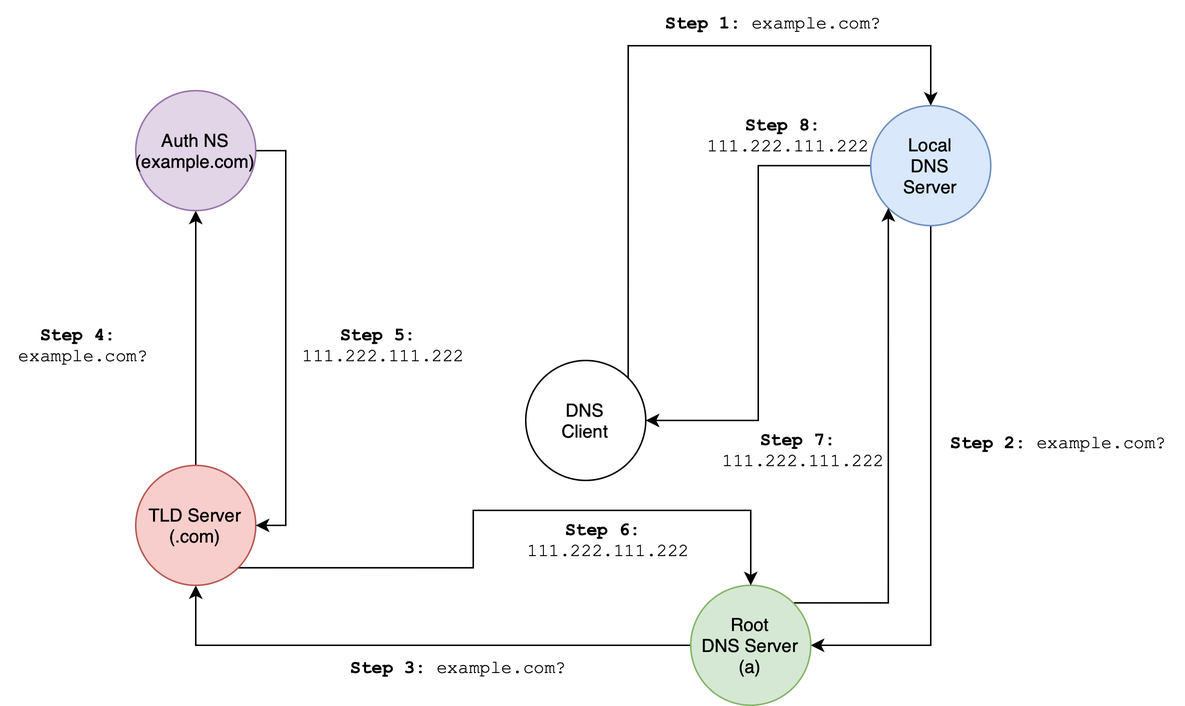
Before: docs/NS/images/06-dns/cse2024-recursive-query.drawio.png, a diagram exported from draw.io (natalieagus/50005). Source tidied: cells renumbered, new cells last; positions are measured from the earlier drawing's top-left corner, leaving out a move shared by most shapes.
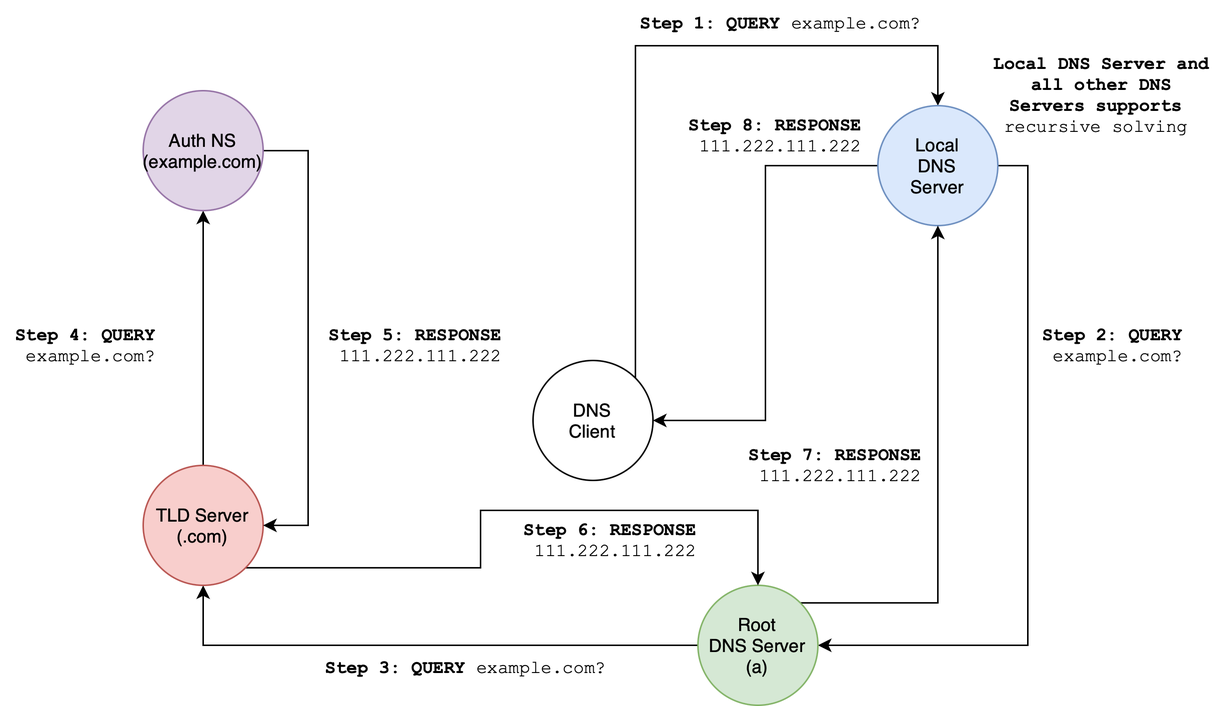
After the change.

Commit message:
feat: add nuances about recursive query

What changed in the source:
```diff
@@ -13,7 +13,7 @@
     <mxCell id="3" value="DNS&lt;div&gt;Client&lt;/div&gt;" style="ellipse;whiteSpace=wrap;html=1;" parent="1" vertex="1">
       <mxGeometry x="350" y="240" width="80" height="80" as="geometry" />
     </mxCell>
-    <mxCell id="4" style="edgeStyle=orthogonalEdgeStyle;rounded=0;jettySize=auto;html=1;exitX=0.5;exitY=1;exitDx=0;exitDy=0;entryX=1;entryY=0.5;entryDx=0;entryDy=0;" parent="1" edge="1" source="6" target="10">
+    <mxCell id="4" style="edgeStyle=orthogonalEdgeStyle;rounded=0;jettySize=auto;html=1;exitX=1;exitY=0.5;exitDx=0;exitDy=0;entryX=1;entryY=0.5;entryDx=0;entryDy=0;" parent="1" edge="1" source="6" target="10">
       <mxGeometry relative="1" as="geometry" />
     </mxCell>
     <mxCell id="5" style="edgeStyle=orthogonalEdgeStyle;rounded=0;jettySize=auto;html=1;exitX=0;exitY=0.5;exitDx=0;exitDy=0;entryX=1;entryY=0.5;entryDx=0;entryDy=0;" parent="1" edge="1" source="6" target="3">
@@ -22,13 +22,13 @@
     <mxCell id="6" value="Local&lt;div&gt;DNS&lt;/div&gt;&lt;div&gt;Server&lt;/div&gt;" style="ellipse;whiteSpace=wrap;html=1;fillColor=#dae8fc;strokeColor=#6c8ebf;" parent="1" vertex="1">
       <mxGeometry x="580" y="70" width="80" height="80" as="geometry" />
     </mxCell>
-    <mxCell id="7" value="&lt;b&gt;Step 1:&lt;/b&gt; example.com?" style="text;html=1;align=center;verticalAlign=middle;strokeColor=none;fillColor=none;fontFamily=Courier New;" parent="1" vertex="1">
-      <mxGeometry x="430" width="170" height="30" as="geometry" />
+    <mxCell id="7" value="&lt;b&gt;Step 1: QUERY&lt;/b&gt; example.com?" style="text;html=1;align=center;verticalAlign=middle;strokeColor=none;fillColor=none;fontFamily=Courier New;" parent="1" vertex="1">
+      <mxGeometry x="410" width="210" height="30" as="geometry" />
     </mxCell>
     <mxCell id="8" style="edgeStyle=orthogonalEdgeStyle;rounded=0;jettySize=auto;html=1;entryX=0.5;entryY=1;entryDx=0;entryDy=0;" parent="1" edge="1" source="10" target="13">
       <mxGeometry relative="1" as="geometry" />
     </mxCell>
-    <mxCell id="9" style="edgeStyle=orthogonalEdgeStyle;rounded=0;jettySize=auto;html=1;exitX=1;exitY=0;exitDx=0;exitDy=0;entryX=0;entryY=1;entryDx=0;entryDy=0;" parent="1" edge="1" source="10" target="6">
+    <mxCell id="9" style="edgeStyle=orthogonalEdgeStyle;rounded=0;jettySize=auto;html=1;exitX=1;exitY=0;exitDx=0;exitDy=0;entryX=0.5;entryY=1;entryDx=0;entryDy=0;" parent="1" edge="1" source="10" target="6">
       <mxGeometry relative="1" as="geometry" />
     </mxCell>
     <mxCell id="10" value="Root&lt;div&gt;DNS Server&lt;/div&gt;&lt;div&gt;(a)&lt;/div&gt;" style="ellipse;whiteSpace=wrap;html=1;fillColor=#d5e8d4;strokeColor=#82b366;" parent="1" vertex="1">
@@ -50,31 +50,39 @@
       <mxGeometry x="90" y="310" width="80" height="80" as="geometry" />
     </mxCell>
     <mxCell id="14" style="edgeStyle=orthogonalEdgeStyle;rounded=0;jettySize=auto;html=1;exitX=1;exitY=0.5;exitDx=0;exitDy=0;entryX=1;entryY=0.5;entryDx=0;entryDy=0;" parent="1" edge="1" source="15" target="13">
-      <mxGeometry relative="1" as="geometry" />
+      <mxGeometry relative="1" as="geometry">
+        <Array as="points">
+          <mxPoint x="200" y="100" />
+          <mxPoint x="200" y="350" />
+        </Array>
+      </mxGeometry>
     </mxCell>
     <mxCell id="15" value="Auth NS&lt;div&gt;(example.com)&lt;/div&gt;" style="ellipse;whiteSpace=wrap;html=1;fillColor=#e1d5e7;strokeColor=#9673a6;" parent="1" vertex="1">
       <mxGeometry x="90" y="60" width="80" height="80" as="geometry" />
     </mxCell>
-    <mxCell id="16" value="&lt;b&gt;Step 5:&lt;/b&gt;&amp;nbsp;&lt;div&gt;111.222.111.222&lt;/div&gt;" style="text;html=1;align=center;verticalAlign=middle;strokeColor=none;fillColor=none;fontFamily=Courier New;" parent="1" vertex="1">
-      <mxGeometry x="190" y="210" width="130" height="40" as="geometry" />
+    <mxCell id="16" value="&lt;b&gt;Step 5: RESPONSE&lt;/b&gt;&amp;nbsp;&lt;div&gt;111.222.111.222&lt;/div&gt;" style="text;html=1;align=center;verticalAlign=middle;strokeColor=none;fillColor=none;fontFamily=Courier New;" parent="1" vertex="1">
+      <mxGeometry x="200" y="210" width="150" height="40" as="geometry" />
     </mxCell>
-    <mxCell id="17" value="&lt;b&gt;Step 2:&lt;/b&gt; example.com?" style="text;html=1;align=center;verticalAlign=middle;strokeColor=none;fillColor=none;fontFamily=Courier New;" parent="1" vertex="1">
-      <mxGeometry x="620" y="280" width="170" height="30" as="geometry" />
+    <mxCell id="17" value="&lt;b&gt;Step 2: QUERY&lt;/b&gt;&amp;nbsp;&lt;div&gt;example.com?&lt;/div&gt;" style="text;html=1;align=center;verticalAlign=middle;strokeColor=none;fillColor=none;fontFamily=Courier New;" parent="1" vertex="1">
+      <mxGeometry x="680" y="210" width="120" height="40" as="geometry" />
     </mxCell>
-    <mxCell id="18" value="&lt;b&gt;Step 3:&lt;/b&gt; example.com?" style="text;html=1;align=center;verticalAlign=middle;strokeColor=none;fillColor=none;fontFamily=Courier New;" parent="1" vertex="1">
-      <mxGeometry x="220" y="430" width="170" height="30" as="geometry" />
+    <mxCell id="18" value="&lt;b&gt;Step 3: QUERY&lt;/b&gt; example.com?" style="text;html=1;align=center;verticalAlign=middle;strokeColor=none;fillColor=none;fontFamily=Courier New;" parent="1" vertex="1">
+      <mxGeometry x="200" y="430" width="210" height="30" as="geometry" />
     </mxCell>
-    <mxCell id="19" value="&lt;b&gt;Step 4:&lt;/b&gt;&amp;nbsp;&lt;div&gt;example.com?&lt;/div&gt;" style="text;html=1;align=center;verticalAlign=middle;strokeColor=none;fillColor=none;fontFamily=Courier New;" parent="1" vertex="1">
-      <mxGeometry y="210" width="110" height="40" as="geometry" />
+    <mxCell id="19" value="&lt;b&gt;Step 4: QUERY&lt;/b&gt;&amp;nbsp;&lt;div&gt;example.com?&lt;/div&gt;" style="text;html=1;align=center;verticalAlign=middle;strokeColor=none;fillColor=none;fontFamily=Courier New;" parent="1" vertex="1">
+      <mxGeometry x="-5" y="210" width="120" height="40" as="geometry" />
     </mxCell>
-    <mxCell id="20" value="&lt;b&gt;Step 6:&lt;/b&gt;&amp;nbsp;&lt;div&gt;111.222.111.222&lt;/div&gt;" style="text;html=1;align=center;verticalAlign=middle;strokeColor=none;fillColor=none;fontFamily=Courier New;" parent="1" vertex="1">
-      <mxGeometry x="340" y="340" width="130" height="40" as="geometry" />
+    <mxCell id="20" value="&lt;b&gt;Step 6: RESPONSE&lt;/b&gt;&amp;nbsp;&lt;div&gt;111.222.111.222&lt;/div&gt;" style="text;html=1;align=center;verticalAlign=middle;strokeColor=none;fillColor=none;fontFamily=Courier New;" parent="1" vertex="1">
+      <mxGeometry x="330" y="340" width="150" height="40" as="geometry" />
     </mxCell>
-    <mxCell id="21" value="&lt;b&gt;Step 7:&lt;/b&gt;&amp;nbsp;&lt;div&gt;111.222.111.222&lt;/div&gt;" style="text;html=1;align=center;verticalAlign=middle;strokeColor=none;fillColor=none;fontFamily=Courier New;" parent="1" vertex="1">
-      <mxGeometry x="470" y="280" width="130" height="40" as="geometry" />
+    <mxCell id="21" value="&lt;b&gt;Step 7: RESPONSE&lt;/b&gt;&amp;nbsp;&lt;div&gt;111.222.111.222&lt;/div&gt;" style="text;html=1;align=center;verticalAlign=middle;strokeColor=none;fillColor=none;fontFamily=Courier New;" parent="1" vertex="1">
+      <mxGeometry x="480" y="290" width="150" height="40" as="geometry" />
     </mxCell>
-    <mxCell id="22" value="&lt;b&gt;Step 8:&lt;/b&gt;&amp;nbsp;&lt;div&gt;111.222.111.222&lt;/div&gt;" style="text;html=1;align=center;verticalAlign=middle;strokeColor=none;fillColor=none;fontFamily=Courier New;" parent="1" vertex="1">
-      <mxGeometry x="460" y="70" width="130" height="40" as="geometry" />
+    <mxCell id="22" value="&lt;b&gt;Step 8: RESPONSE&lt;/b&gt;&amp;nbsp;&lt;div&gt;111.222.111.222&lt;/div&gt;" style="text;html=1;align=center;verticalAlign=middle;strokeColor=none;fillColor=none;fontFamily=Courier New;" parent="1" vertex="1">
+      <mxGeometry x="440" y="70" width="150" height="40" as="geometry" />
     </mxCell>
+    <mxCell id="23" value="&lt;b&gt;Local DNS Server and&lt;/b&gt;&lt;div&gt;&lt;b&gt;all other DNS&lt;/b&gt;&lt;/div&gt;&lt;div&gt;&lt;b&gt;Servers supports&amp;nbsp;&lt;/b&gt;&lt;div&gt;recursive solving&amp;nbsp;&lt;/div&gt;&lt;div&gt;&lt;br&gt;&lt;/div&gt;&lt;/div&gt;" style="text;html=1;align=center;verticalAlign=middle;strokeColor=none;fillColor=none;fontFamily=Courier New;" parent="1" vertex="1">
+      <mxGeometry x="644" y="30" width="170" height="80" as="geometry" />
+    </mxCell>
   </root>
 </mxGraphModel>
```
